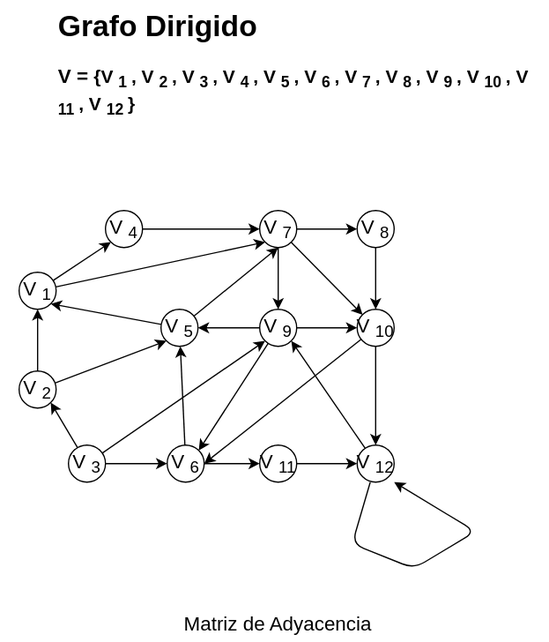
The draw.io diagram Estructura-de-datos/Grafos/Ejercicio-grafosdir.drawio.svg in Nordcode-cyber/Algoritmos-Estructdatos, before a commit. Source tidied: cells renumbered, new cells last; positions are measured from the earlier drawing's top-left corner, leaving out a move shared by most shapes.
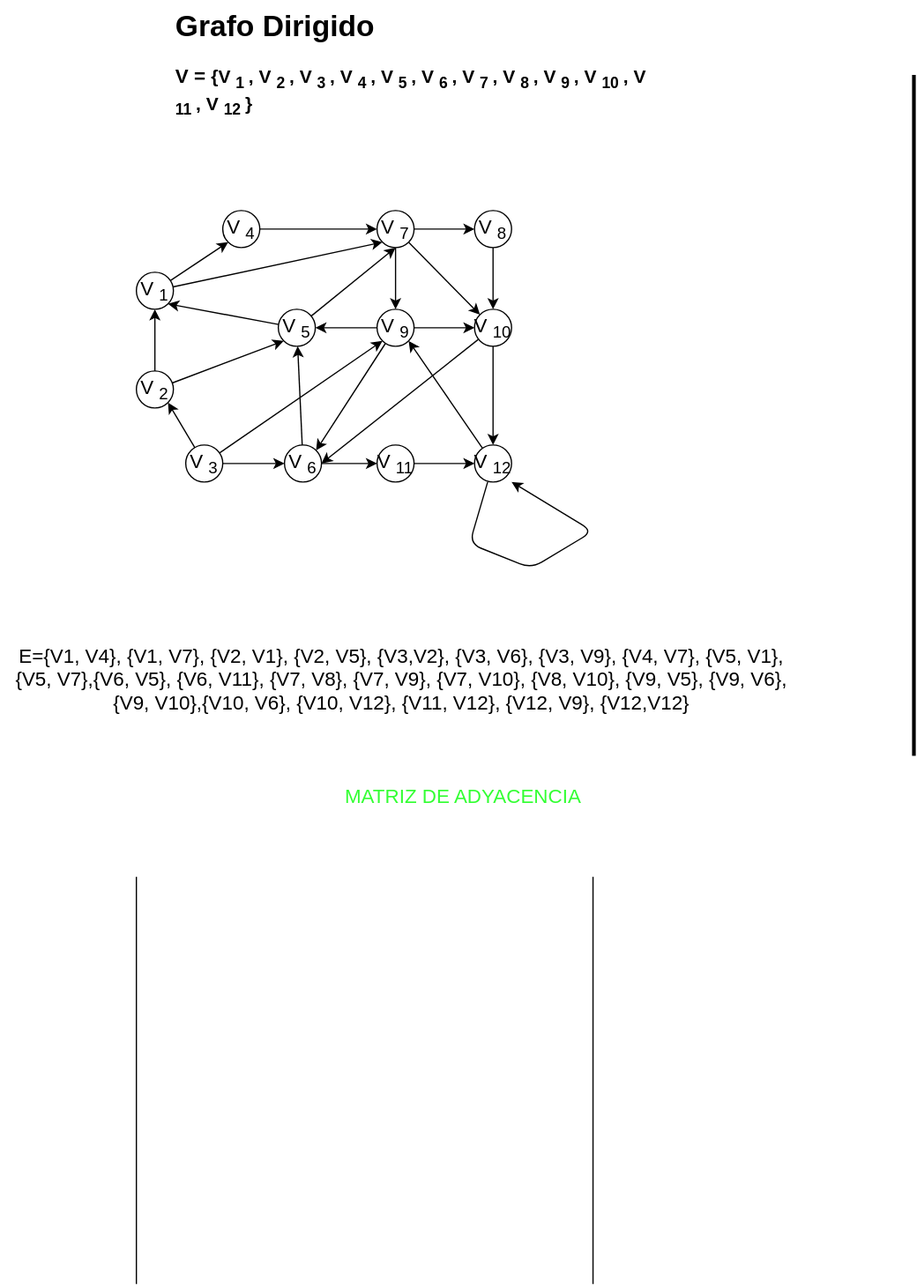
After the commit.

The edit, as a diff of the source:
```diff
@@ -155,8 +155,29 @@
     <mxCell id="50" value="&lt;font style=&quot;font-size: 16px; color: light-dark(rgb(0, 0, 0), rgb(255, 0, 0));&quot;&gt;V&lt;sub&gt;12&lt;/sub&gt;&lt;/font&gt;" style="text;html=1;align=center;verticalAlign=middle;whiteSpace=wrap;rounded=0;" parent="1" vertex="1">
       <mxGeometry x="274" y="360" width="60" height="30" as="geometry" />
     </mxCell>
-    <mxCell id="51" value="&lt;font style=&quot;color: light-dark(rgb(0, 0, 0), rgb(51, 255, 51)); font-size: 16px;&quot;&gt;Matriz de Adyacencia&lt;/font&gt;" style="text;html=1;align=center;verticalAlign=middle;whiteSpace=wrap;rounded=0;" parent="1" vertex="1">
-      <mxGeometry x="105" y="490" width="240" height="30" as="geometry" />
-    </mxCell>
+    <mxCell id="52" value="&lt;font style=&quot;font-size: 16px; color: light-dark(rgb(0, 0, 0), rgb(51, 255, 51));&quot;&gt;E={V1, V4}, {V1, V7}, {V2, V1}, {V2, V5}, {V3,V2}, {V3, V6}, {V3, V9}, {V4, V7}, {V5, V1}, {V5, V7},{V6, V5}, {V6, V11}, {V7, V8}, {V7, V9}, {V7, V10}, {V8, V10}, {V9, V5}, {V9, V6}, {V9, V10},{V10, V6}, {V10, V12}, {V11, V12}, {V12, V9}, {V12,V12}&lt;/font&gt;" style="text;html=1;whiteSpace=wrap;strokeColor=none;fillColor=none;align=center;verticalAlign=middle;rounded=0;" parent="1" vertex="1">
+      <mxGeometry x="-95" y="520" width="650" height="60" as="geometry" />
+    </mxCell>
+    <mxCell id="53" style="endArrow=none;html=1;strokeWidth=3;" parent="1" edge="1">
+      <mxGeometry relative="1" as="geometry">
+        <mxPoint x="645" y="611.9" as="sourcePoint" />
+        <mxPoint x="645" y="60" as="targetPoint" />
+      </mxGeometry>
+    </mxCell>
+    <mxCell id="54" value="&lt;font&gt;&lt;span style=&quot;font-size: 16px; color: light-dark(rgb(51, 255, 51), rgb(255, 0, 0));&quot;&gt;MATRIZ DE ADYACENCIA&lt;/span&gt;&lt;/font&gt;" style="text;html=1;whiteSpace=wrap;strokeColor=none;fillColor=none;align=center;verticalAlign=middle;rounded=0;" parent="1" vertex="1">
+      <mxGeometry x="130" y="630" width="300" height="30" as="geometry" />
+    </mxCell>
+    <mxCell id="55" style="endArrow=none;html=1;" parent="1" edge="1">
+      <mxGeometry relative="1" as="geometry">
+        <mxPoint x="15" y="1040" as="sourcePoint" />
+        <mxPoint x="15" y="710" as="targetPoint" />
+      </mxGeometry>
+    </mxCell>
+    <mxCell id="56" style="endArrow=none;html=1;" parent="1" edge="1">
+      <mxGeometry relative="1" as="geometry">
+        <mxPoint x="385" y="1040" as="sourcePoint" />
+        <mxPoint x="385" y="710" as="targetPoint" />
+      </mxGeometry>
+    </mxCell>
   </root>
 </mxGraphModel>
```
